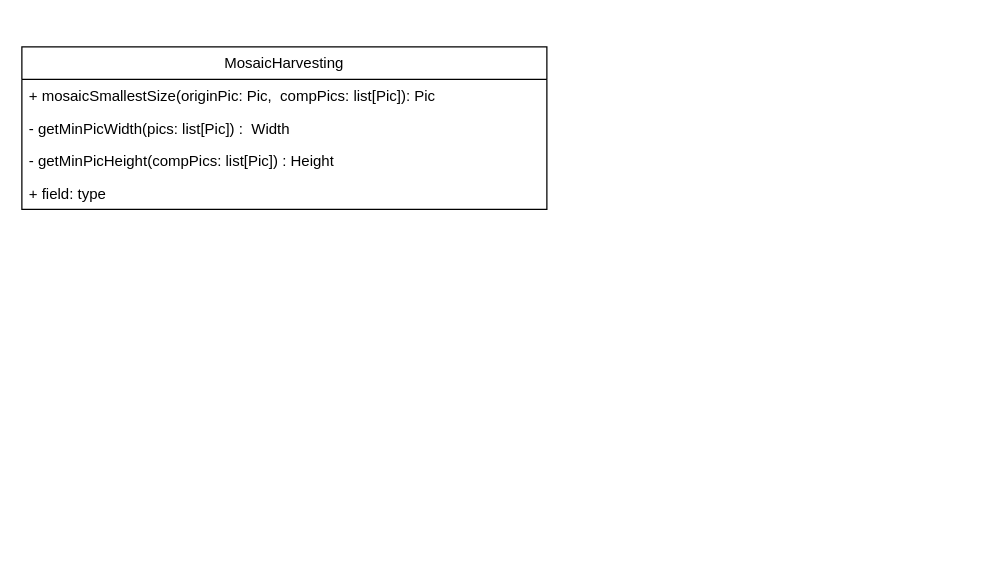
Above: page "диаграмма классов" (2 of 2) of arc.drawio in Sqaz33/PicMix (draw.io), before the change. Source tidied: cells renumbered, new cells numbered last; positions are measured from the earlier drawing's top-left corner, leaving out a move shared by most shapes. Both pictures are drawn from the tidied source at 125%, with x=0, y=0 at pixel (21, 46).
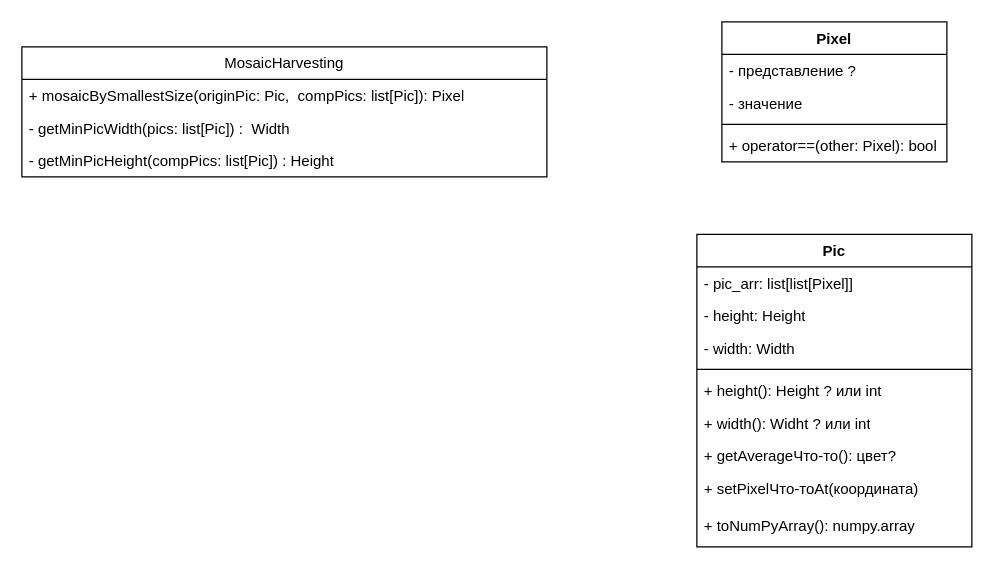
The same diagram, later.

The edit, as a diff of the source:
```diff
@@
     <mxCell id="2" value="MosaicHarvesting" style="swimlane;fontStyle=0;horizontal=1;startSize=26;fillColor=none;whiteSpace=wrap;html=1;" parent="1" vertex="1">
-      <mxGeometry width="420" height="130" as="geometry" />
+      <mxGeometry width="420" height="104" as="geometry" />
     </mxCell>
-    <mxCell id="3" value="+ mosaicSmallestSize(originPic: Pic,&amp;nbsp; compPics: list[Pic]): Pic" style="text;strokeColor=none;fillColor=none;align=left;verticalAlign=top;spacingLeft=4;spacingRight=4;overflow=hidden;whiteSpace=wrap;html=1;" parent="2" vertex="1">
+    <mxCell id="3" value="+ mosaicBySmallestSize(originPic: Pic,&amp;nbsp; compPics: list[Pic]): Pixel" style="text;strokeColor=none;fillColor=none;align=left;verticalAlign=top;spacingLeft=4;spacingRight=4;overflow=hidden;whiteSpace=wrap;html=1;" parent="2" vertex="1">
       <mxGeometry y="26" width="420" height="26" as="geometry" />
     </mxCell>
@@
+    <mxCell id="7" value="Pic" style="swimlane;fontStyle=1;align=center;verticalAlign=top;horizontal=1;startSize=26;whiteSpace=wrap;html=1;" parent="1" vertex="1">
+      <mxGeometry x="540" y="150" width="220" height="250" as="geometry" />
+    </mxCell>
+    <mxCell id="8" value="- pic_arr: list[list[Pixel]]" style="text;strokeColor=none;fillColor=none;align=left;verticalAlign=top;spacingLeft=4;spacingRight=4;overflow=hidden;whiteSpace=wrap;html=1;" parent="7" vertex="1">
+      <mxGeometry y="26" width="220" height="26" as="geometry" />
+    </mxCell>
+    <mxCell id="9" value="- height: Height" style="text;strokeColor=none;fillColor=none;align=left;verticalAlign=top;spacingLeft=4;spacingRight=4;overflow=hidden;whiteSpace=wrap;html=1;" parent="7" vertex="1">
+      <mxGeometry y="52" width="220" height="26" as="geometry" />
+    </mxCell>
+    <mxCell id="10" value="- width: Width" style="text;strokeColor=none;fillColor=none;align=left;verticalAlign=top;spacingLeft=4;spacingRight=4;overflow=hidden;whiteSpace=wrap;html=1;" parent="7" vertex="1">
+      <mxGeometry y="78" width="220" height="26" as="geometry" />
+    </mxCell>
+    <mxCell id="11" style="line;strokeWidth=1;fillColor=none;align=left;verticalAlign=middle;spacingTop=-1;spacingLeft=3;spacingRight=3;labelPosition=right;strokeColor=inherit;" parent="7" vertex="1">
+      <mxGeometry y="104" width="220" height="8" as="geometry" />
+    </mxCell>
+    <mxCell id="12" value="+ height(): Height ? или int" style="text;strokeColor=none;fillColor=none;align=left;verticalAlign=top;spacingLeft=4;spacingRight=4;overflow=hidden;whiteSpace=wrap;html=1;" parent="7" vertex="1">
+      <mxGeometry y="112" width="220" height="26" as="geometry" />
+    </mxCell>
+    <mxCell id="13" value="+ width(): Widht ? или int" style="text;strokeColor=none;fillColor=none;align=left;verticalAlign=top;spacingLeft=4;spacingRight=4;overflow=hidden;whiteSpace=wrap;html=1;" parent="7" vertex="1">
+      <mxGeometry y="138" width="220" height="26" as="geometry" />
+    </mxCell>
-    <mxCell id="6" value="+ field: type" style="text;strokeColor=none;fillColor=none;align=left;verticalAlign=top;spacingLeft=4;spacingRight=4;overflow=hidden;whiteSpace=wrap;html=1;" parent="2" vertex="1">
-      <mxGeometry y="104" width="420" height="26" as="geometry" />
+    <mxCell id="6" value="+ getAverageЧто-то(): цвет?" style="text;strokeColor=none;fillColor=none;align=left;verticalAlign=top;spacingLeft=4;spacingRight=4;overflow=hidden;whiteSpace=wrap;html=1;" parent="7" vertex="1">
+      <mxGeometry y="164" width="220" height="26" as="geometry" />
     </mxCell>
+    <mxCell id="14" value="+ setPixelЧто-тоAt(координата)" style="text;strokeColor=none;fillColor=none;align=left;verticalAlign=top;spacingLeft=4;spacingRight=4;overflow=hidden;whiteSpace=wrap;html=1;" parent="7" vertex="1">
+      <mxGeometry y="190" width="220" height="30" as="geometry" />
+    </mxCell>
+    <mxCell id="15" value="+ toNumPyArray(): numpy.array" style="text;strokeColor=none;fillColor=none;align=left;verticalAlign=top;spacingLeft=4;spacingRight=4;overflow=hidden;whiteSpace=wrap;html=1;" parent="7" vertex="1">
+      <mxGeometry y="220" width="220" height="30" as="geometry" />
+    </mxCell>
+    <mxCell id="16" value="Pixel" style="swimlane;fontStyle=1;align=center;verticalAlign=top;horizontal=1;startSize=26;whiteSpace=wrap;html=1;" parent="1" vertex="1">
+      <mxGeometry x="560" y="-20" width="180" height="112" as="geometry" />
+    </mxCell>
+    <mxCell id="17" value="- представление ?" style="text;strokeColor=none;fillColor=none;align=left;verticalAlign=top;spacingLeft=4;spacingRight=4;overflow=hidden;whiteSpace=wrap;html=1;" parent="16" vertex="1">
+      <mxGeometry y="26" width="180" height="26" as="geometry" />
+    </mxCell>
+    <mxCell id="18" value="- значение" style="text;strokeColor=none;fillColor=none;align=left;verticalAlign=top;spacingLeft=4;spacingRight=4;overflow=hidden;whiteSpace=wrap;html=1;" parent="16" vertex="1">
+      <mxGeometry y="52" width="180" height="26" as="geometry" />
+    </mxCell>
+    <mxCell id="19" style="line;strokeWidth=1;fillColor=none;align=left;verticalAlign=middle;spacingTop=-1;spacingLeft=3;spacingRight=3;labelPosition=right;strokeColor=inherit;" parent="16" vertex="1">
+      <mxGeometry y="78" width="180" height="8" as="geometry" />
+    </mxCell>
+    <mxCell id="20" value="+ operator==(other: Pixel): bool" style="text;strokeColor=none;fillColor=none;align=left;verticalAlign=top;spacingLeft=4;spacingRight=4;overflow=hidden;whiteSpace=wrap;html=1;" parent="16" vertex="1">
+      <mxGeometry y="86" width="180" height="26" as="geometry" />
+    </mxCell>
```
